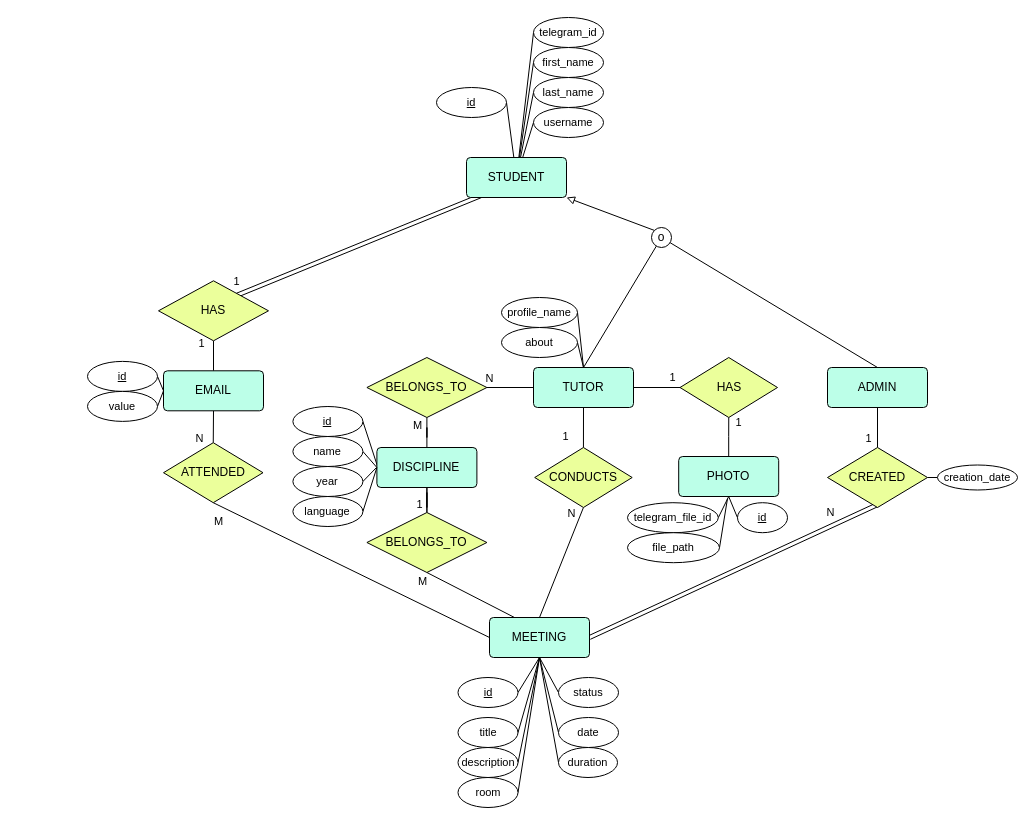
Before: docs/database_erd.drawio in one-zero-eight/academic-tutorship-bot, a draw.io diagram. Source tidied: cells renumbered, new cells numbered last; positions are measured from the earlier drawing's top-left corner, leaving out a move shared by most shapes. Both pictures are drawn from the tidied source at 100%, with x=0, y=0 at pixel (87, 17).
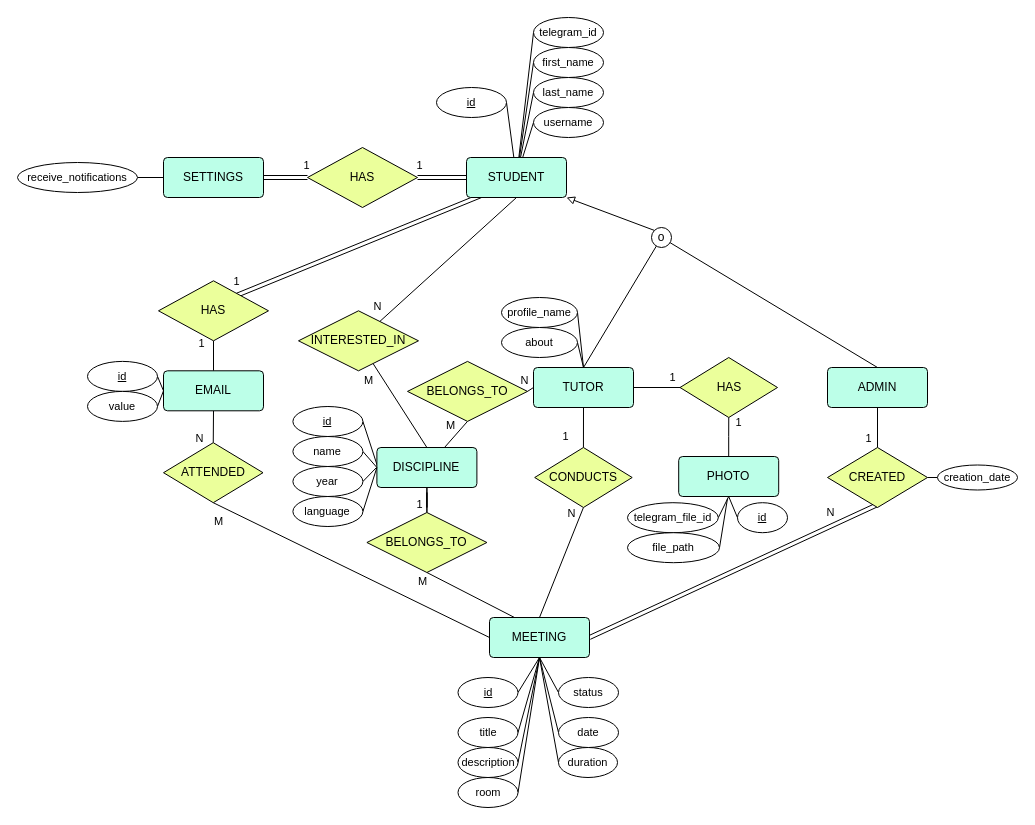
Above is the later version.

Unchanged cells that the change refers to:
```xml
<mxCell id="14" value="STUDENT" style="rounded=1;arcSize=10;whiteSpace=wrap;html=1;align=center;fillColor=#BCFFE8;" parent="1" vertex="1">
  <mxGeometry x="379" y="140" width="100" height="40" as="geometry" />
</mxCell>
<mxCell id="53" value="DISCIPLINE" style="rounded=1;arcSize=10;whiteSpace=wrap;html=1;align=center;fillColor=#BCFFE8;" parent="1" vertex="1">
  <mxGeometry x="289.4" y="430" width="100" height="40" as="geometry" />
</mxCell>
<mxCell id="59" style="shape=connector;rounded=0;jumpStyle=none;jettySize=auto;html=1;entryX=0;entryY=0.5;entryDx=0;entryDy=0;shadow=0;strokeColor=default;align=center;verticalAlign=middle;fontFamily=Helvetica;fontSize=11;fontColor=default;labelBackgroundColor=default;endArrow=none;endFill=0;flowAnimation=0;exitX=1;exitY=0.5;exitDx=0;exitDy=0;" parent="1" edge="1" source="61" target="18">
  <mxGeometry relative="1" as="geometry" />
</mxCell>
```

Diff of the diagram source:
```diff
@@
+    <mxCell id="97" style="edgeStyle=orthogonalEdgeStyle;rounded=0;jettySize=auto;html=1;entryX=1;entryY=0.5;entryDx=0;entryDy=0;endArrow=none;endFill=0;shape=link;" parent="1" edge="1" source="14" target="103">
+      <mxGeometry relative="1" as="geometry" />
+    </mxCell>
+    <mxCell id="98" value="1" style="edgeLabel;html=1;align=center;verticalAlign=middle;fontFamily=Helvetica;fontSize=11;fontColor=default;labelBackgroundColor=default;" parent="97" vertex="1">
+      <mxGeometry x="0.59" y="2" relative="1" as="geometry">
+        <mxPoint x="-9" y="-15" as="offset" />
+      </mxGeometry>
+    </mxCell>
@@
-    <mxCell id="50" style="edgeStyle=orthogonalEdgeStyle;shape=connector;curved=0;rounded=0;jumpStyle=none;jettySize=auto;html=1;entryX=0.5;entryY=1;entryDx=0;entryDy=0;shadow=0;strokeColor=default;align=center;verticalAlign=middle;fontFamily=Helvetica;fontSize=11;fontColor=default;labelBackgroundColor=default;endArrow=none;endFill=0;flowAnimation=0;" parent="1" edge="1" source="53" target="61">
+    <mxCell id="50" style="shape=connector;rounded=0;jumpStyle=none;jettySize=auto;html=1;entryX=0.5;entryY=1;entryDx=0;entryDy=0;shadow=0;strokeColor=default;align=center;verticalAlign=middle;fontFamily=Helvetica;fontSize=11;fontColor=default;labelBackgroundColor=default;endArrow=none;endFill=0;flowAnimation=0;" parent="1" edge="1" source="53" target="61">
       <mxGeometry relative="1" as="geometry" />
     </mxCell>
     <mxCell id="51" value="M" style="edgeLabel;html=1;align=center;verticalAlign=middle;fontFamily=Helvetica;fontSize=11;fontColor=default;labelBackgroundColor=default;" parent="50" vertex="1">
       <mxGeometry x="0.73" relative="1" as="geometry">
-        <mxPoint x="-10" as="offset" />
+        <mxPoint x="-14" as="offset" />
       </mxGeometry>
     </mxCell>
@@
     <mxCell id="60" value="N" style="edgeLabel;html=1;align=center;verticalAlign=middle;fontFamily=Helvetica;fontSize=11;fontColor=default;labelBackgroundColor=default;" parent="59" vertex="1">
       <mxGeometry x="-0.93" y="-1" relative="1" as="geometry">
-        <mxPoint y="-11" as="offset" />
+        <mxPoint x="-4" y="-12" as="offset" />
       </mxGeometry>
     </mxCell>
     <mxCell id="61" value="BELONGS_TO" style="shape=rhombus;perimeter=rhombusPerimeter;whiteSpace=wrap;html=1;align=center;fillColor=#EBFF9B;" parent="1" vertex="1">
-      <mxGeometry x="279.4" y="340" width="120" height="60" as="geometry" />
+      <mxGeometry x="320" y="343.9" width="120" height="60" as="geometry" />
     </mxCell>
@@
+    <mxCell id="99" style="rounded=0;jettySize=auto;html=1;strokeColor=default;align=center;verticalAlign=middle;fontFamily=Helvetica;fontSize=11;fontColor=default;labelBackgroundColor=default;endArrow=none;endFill=0;" parent="1" edge="1" source="100" target="104">
+      <mxGeometry relative="1" as="geometry" />
+    </mxCell>
+    <mxCell id="100" value="SETTINGS" style="rounded=1;arcSize=10;whiteSpace=wrap;html=1;align=center;fillColor=#BCFFE8;" parent="1" vertex="1">
+      <mxGeometry x="76" y="140" width="100" height="40" as="geometry" />
+    </mxCell>
+    <mxCell id="101" style="edgeStyle=orthogonalEdgeStyle;shape=link;rounded=0;jettySize=auto;html=1;entryX=1;entryY=0.5;entryDx=0;entryDy=0;strokeColor=default;align=center;verticalAlign=middle;fontFamily=Helvetica;fontSize=11;fontColor=default;labelBackgroundColor=default;endArrow=none;endFill=0;" parent="1" edge="1" source="103" target="100">
+      <mxGeometry relative="1" as="geometry" />
+    </mxCell>
+    <mxCell id="102" value="1" style="edgeLabel;html=1;align=center;verticalAlign=middle;fontFamily=Helvetica;fontSize=11;fontColor=default;labelBackgroundColor=default;" parent="101" vertex="1">
+      <mxGeometry x="-0.74" y="1" relative="1" as="geometry">
+        <mxPoint x="4" y="-14" as="offset" />
+      </mxGeometry>
+    </mxCell>
+    <mxCell id="103" value="&lt;div&gt;HAS&lt;/div&gt;" style="shape=rhombus;perimeter=rhombusPerimeter;whiteSpace=wrap;html=1;align=center;fillColor=#EBFF9B;" parent="1" vertex="1">
+      <mxGeometry x="220" y="130" width="110" height="60" as="geometry" />
+    </mxCell>
+    <mxCell id="104" value="receive_notifications" style="ellipse;whiteSpace=wrap;html=1;align=center;fontFamily=Helvetica;fontSize=11;fontColor=default;labelBackgroundColor=default;" parent="1" vertex="1">
+      <mxGeometry x="-70" y="145" width="120" height="30" as="geometry" />
+    </mxCell>
+    <mxCell id="105" style="edgeStyle=none;shape=connector;rounded=0;jettySize=auto;html=1;strokeColor=default;align=center;verticalAlign=middle;fontFamily=Helvetica;fontSize=11;fontColor=default;labelBackgroundColor=default;endArrow=none;endFill=0;entryX=0.5;entryY=1;entryDx=0;entryDy=0;" parent="1" edge="1" source="107" target="14">
+      <mxGeometry relative="1" as="geometry" />
+    </mxCell>
+    <mxCell id="106" style="edgeStyle=none;shape=connector;rounded=0;jettySize=auto;html=1;entryX=0.5;entryY=0;entryDx=0;entryDy=0;strokeColor=default;align=center;verticalAlign=middle;fontFamily=Helvetica;fontSize=11;fontColor=default;labelBackgroundColor=default;endArrow=none;endFill=0;" parent="1" edge="1" source="107" target="53">
+      <mxGeometry relative="1" as="geometry" />
+    </mxCell>
+    <mxCell id="107" value="INTERESTED_IN" style="shape=rhombus;perimeter=rhombusPerimeter;whiteSpace=wrap;html=1;align=center;fillColor=#EBFF9B;" parent="1" vertex="1">
+      <mxGeometry x="211" y="293.3" width="120" height="60" as="geometry" />
+    </mxCell>
+    <mxCell id="108" value="M" style="edgeLabel;html=1;align=center;verticalAlign=middle;fontFamily=Helvetica;fontSize=11;fontColor=default;labelBackgroundColor=default;" parent="1" vertex="1">
+      <mxGeometry x="264.4" y="350.9" as="geometry">
+        <mxPoint x="16" y="12" as="offset" />
+      </mxGeometry>
+    </mxCell>
+    <mxCell id="109" value="N" style="edgeLabel;html=1;align=center;verticalAlign=middle;fontFamily=Helvetica;fontSize=11;fontColor=default;labelBackgroundColor=default;" parent="1" vertex="1">
+      <mxGeometry x="289.4" y="288" as="geometry" />
+    </mxCell>
```
